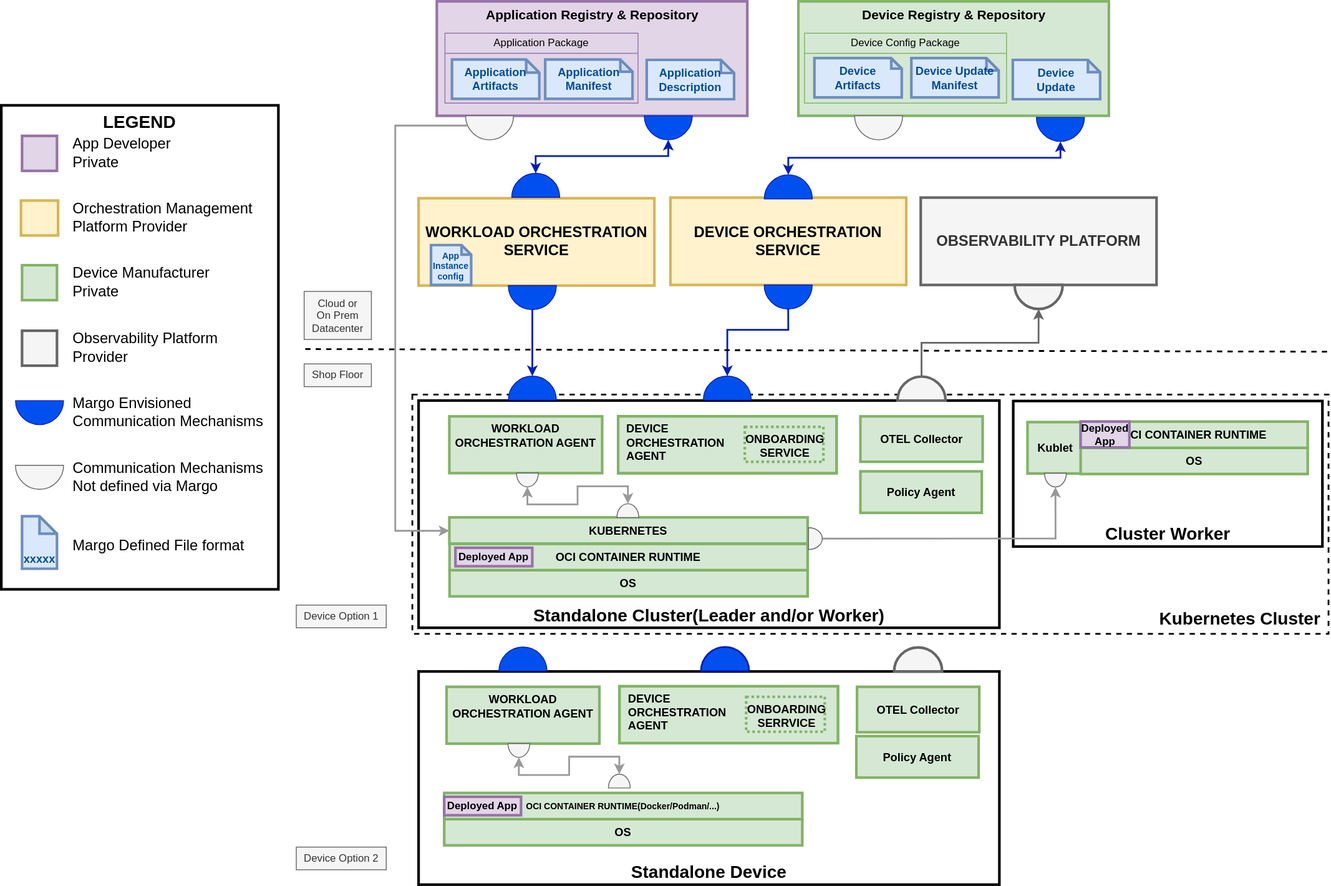
Above: system-design/figures/System-design.drawio.svg in margo/specification (draw.io), before the change. Source tidied: cells renumbered, new cells last; positions are measured from the earlier drawing's top-left corner, leaving out a move shared by most shapes.
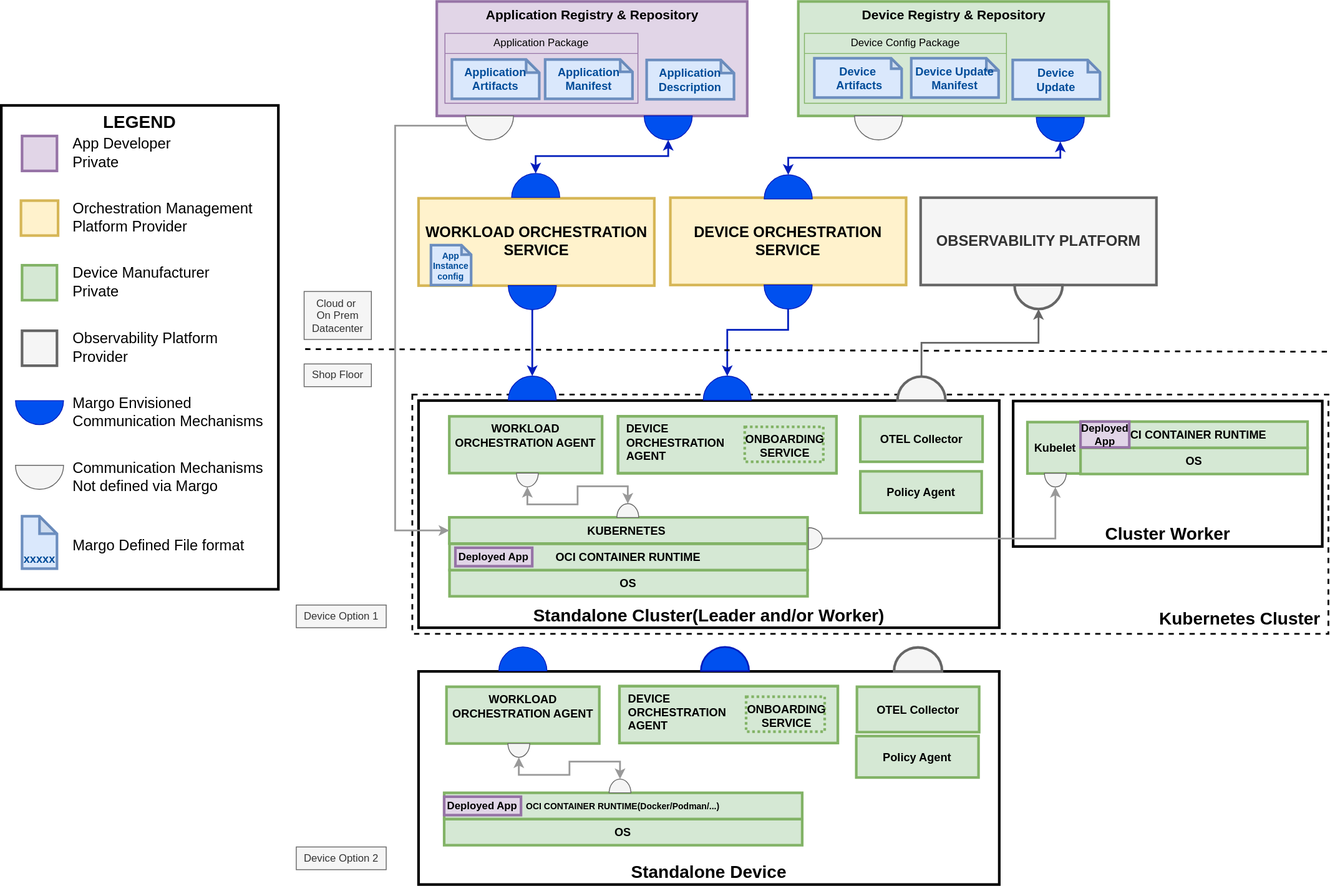
After the commit.

Commit message:
Minor fixes in system design figure

Fixes:
  - Replace "Kublet" with "Kubelet" in "Cluster Worker" in "Device
    Option 1"
  - Remove duplicate 'r' from "Onboarding Serrvice" in "Device Option
    2".
  - Snap interface symbol to "OCI CONTAINER RUNTIME" box in "Device
    Option 2".

Change to the diagram source:
```diff
@@ -66,7 +66,7 @@
     <mxCell id="19" value="Cluster Worker" style="whiteSpace=wrap;align=center;verticalAlign=bottom;fontStyle=1;strokeWidth=3;fontSize=20;rounded=0;fontFamily=Helvetica;" parent="1" vertex="1">
       <mxGeometry x="1158.7" y="634.4" width="354" height="166.6" as="geometry" />
     </mxCell>
-    <mxCell id="20" value="Kublet" style="whiteSpace=wrap;align=center;verticalAlign=middle;fontStyle=1;strokeWidth=3;fontSize=13;rounded=0;fillColor=#d5e8d4;strokeColor=#82b366;fontFamily=Helvetica;" parent="1" vertex="1">
+    <mxCell id="20" value="Kubelet" style="whiteSpace=wrap;align=center;verticalAlign=middle;fontStyle=1;strokeWidth=3;fontSize=13;rounded=0;fillColor=#d5e8d4;strokeColor=#82b366;fontFamily=Helvetica;" parent="1" vertex="1">
       <mxGeometry x="1175" y="658.6" width="64" height="58.8" as="geometry" />
     </mxCell>
     <mxCell id="21" style="edgeStyle=orthogonalEdgeStyle;rounded=0;jettySize=auto;html=1;exitX=0.5;exitY=1;exitDx=0;exitDy=0;startArrow=classic;startFill=1;fillColor=#dae8fc;strokeColor=#999999;fontSize=11;verticalAlign=middle;strokeWidth=2;exitPerimeter=0;entryX=0.5;entryY=1;entryDx=0;entryDy=0;entryPerimeter=0;align=center;fontFamily=Helvetica;fontColor=default;labelBackgroundColor=default;endArrow=classic;fontStyle=0;elbow=horizontal;endFill=1;" parent="1" edge="1" source="42" target="22">
@@ -221,7 +221,7 @@
     <mxCell id="63" value="DEVICE&#10;ORCHESTRATION&#10;AGENT" style="whiteSpace=wrap;align=left;verticalAlign=top;fontStyle=1;strokeWidth=3;fillColor=#d5e8d4;strokeColor=#82b366;fontSize=13;rounded=0;spacingRight=5;spacingLeft=8;fontColor=default;fontFamily=Helvetica;" parent="62" vertex="1">
       <mxGeometry width="250" height="65" as="geometry" />
     </mxCell>
-    <mxCell id="64" value="ONBOARDING SERRVICE" style="whiteSpace=wrap;align=center;verticalAlign=top;fontStyle=1;strokeWidth=3;fillColor=#d5e8d4;strokeColor=#82b366;fontSize=13;rounded=0;spacingRight=5;spacingLeft=8;fontColor=default;dashed=1;dashPattern=1 1;fontFamily=Helvetica;" parent="62" vertex="1">
+    <mxCell id="64" value="ONBOARDING SERVICE" style="whiteSpace=wrap;align=center;verticalAlign=top;fontStyle=1;strokeWidth=3;fillColor=#d5e8d4;strokeColor=#82b366;fontSize=13;rounded=0;spacingRight=5;spacingLeft=8;fontColor=default;dashed=1;dashPattern=1 1;fontFamily=Helvetica;" parent="62" vertex="1">
       <mxGeometry x="145" y="12" width="90" height="40" as="geometry" />
     </mxCell>
     <mxCell id="65" value="Policy Agent" style="whiteSpace=wrap;align=center;verticalAlign=middle;fontStyle=1;strokeWidth=3;fontSize=13;rounded=0;fillColor=#d5e8d4;strokeColor=#82b366;fontFamily=Helvetica;" parent="1" vertex="1">
@@ -273,7 +273,7 @@
       <mxGeometry relative="1" as="geometry" />
     </mxCell>
     <mxCell id="81" style="verticalLabelPosition=bottom;verticalAlign=top;html=1;shape=mxgraph.basic.half_circle;fillColor=#f5f5f5;rotation=-180;rounded=0;fontFamily=Helvetica;fontColor=#333333;strokeColor=#666666;fontStyle=0;" parent="1" vertex="1">
-      <mxGeometry x="695.1" y="1061.6" width="25" height="15.8" as="geometry" />
+      <mxGeometry x="696" y="1067.2" width="25" height="15.8" as="geometry" />
     </mxCell>
     <mxCell id="82" style="verticalLabelPosition=bottom;verticalAlign=top;html=1;shape=mxgraph.basic.half_circle;fillColor=#f5f5f5;rotation=-180;rounded=0;fontFamily=Helvetica;fontColor=#333333;strokeColor=#666666;direction=west;fontStyle=0;" parent="1" vertex="1">
       <mxGeometry x="580.1" y="1026.6" width="25" height="15.8" as="geometry" />
```
